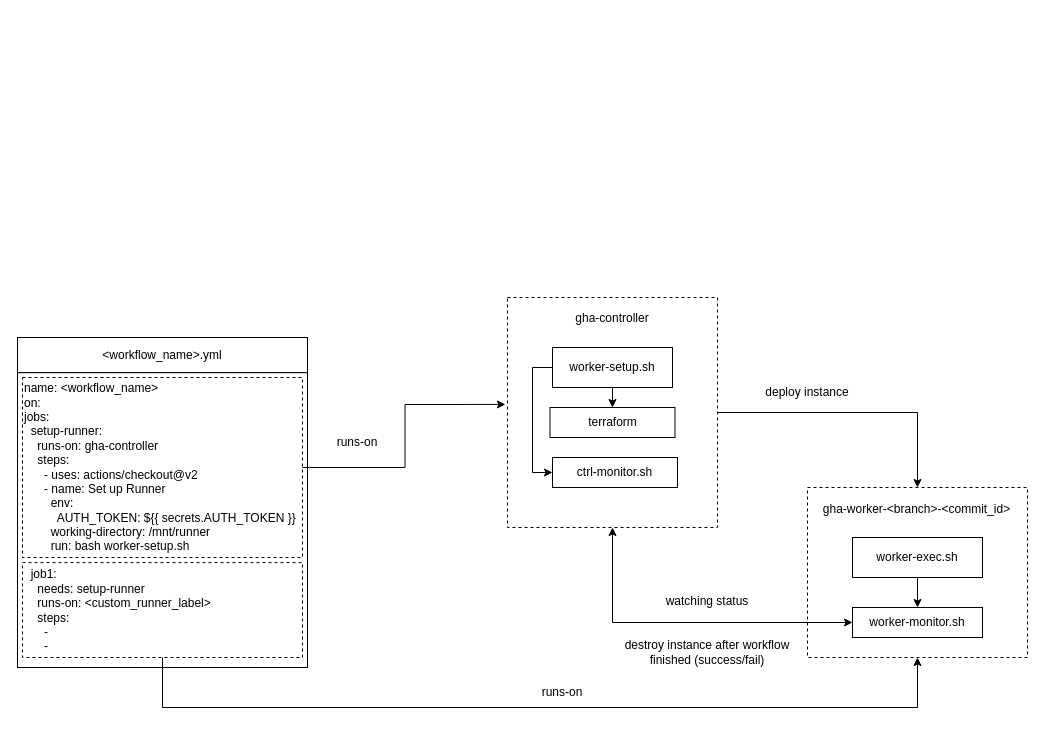
Earlier version of the draw.io diagram Dynamic Runner Github.drawio (atwatanmalikm/github-dynamic-runner). Source tidied: cells renumbered, new cells numbered last; positions are measured from the earlier drawing's top-left corner, leaving out a move shared by most shapes. Both pictures are drawn from the tidied source at 100%, with x=0, y=0 at pixel (17, 297).
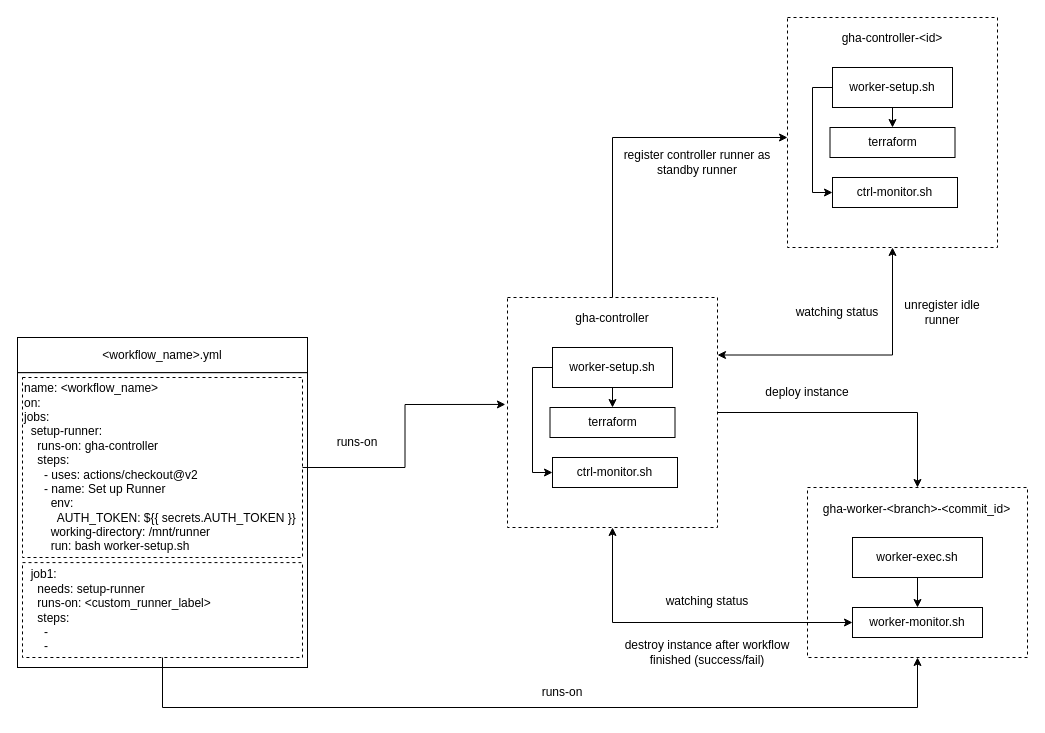
After the change.

The change refers to these unchanged cells:
```xml
<mxCell id="22" style="rounded=0;whiteSpace=wrap;html=1;dashed=1;" parent="1" vertex="1">
  <mxGeometry x="490" width="210" height="230" as="geometry" />
</mxCell>
```

Diff of the diagram source:
```diff
@@
+    <mxCell id="29" style="edgeStyle=orthogonalEdgeStyle;rounded=0;jettySize=auto;html=1;exitX=0.5;exitY=0;exitDx=0;exitDy=0;" parent="1" edge="1" source="22" target="31">
+      <mxGeometry relative="1" as="geometry">
+        <Array as="points">
+          <mxPoint x="595" y="-160" />
+        </Array>
+      </mxGeometry>
+    </mxCell>
@@
+    <mxCell id="30" style="group;" parent="1" vertex="1">
+      <mxGeometry x="770" y="-280" width="210" height="230" as="geometry" />
+    </mxCell>
+    <mxCell id="31" style="rounded=0;whiteSpace=wrap;html=1;dashed=1;" parent="30" vertex="1">
+      <mxGeometry width="210" height="230" as="geometry" />
+    </mxCell>
+    <mxCell id="32" value="gha-controller-&amp;lt;id&amp;gt;" style="text;html=1;strokeColor=none;fillColor=none;align=center;verticalAlign=middle;whiteSpace=wrap;rounded=0;dashed=1;" parent="30" vertex="1">
+      <mxGeometry x="4.2" y="8.5" width="201.6" height="25.5" as="geometry" />
+    </mxCell>
+    <mxCell id="33" value="ctrl-monitor.sh" style="rounded=0;whiteSpace=wrap;html=1;" parent="30" vertex="1">
+      <mxGeometry x="45" y="160" width="125" height="30" as="geometry" />
+    </mxCell>
+    <mxCell id="34" style="edgeStyle=orthogonalEdgeStyle;rounded=0;jettySize=auto;html=1;exitX=0;exitY=0.5;exitDx=0;exitDy=0;entryX=0;entryY=0.5;entryDx=0;entryDy=0;" parent="30" edge="1" source="35" target="33">
+      <mxGeometry relative="1" as="geometry" />
+    </mxCell>
+    <mxCell id="35" value="worker-setup.sh" style="rounded=0;whiteSpace=wrap;html=1;" parent="30" vertex="1">
+      <mxGeometry x="45" y="50" width="120" height="40" as="geometry" />
+    </mxCell>
+    <mxCell id="36" value="terraform" style="rounded=0;whiteSpace=wrap;html=1;" parent="30" vertex="1">
+      <mxGeometry x="42.5" y="110" width="125" height="30" as="geometry" />
+    </mxCell>
+    <mxCell id="37" style="edgeStyle=orthogonalEdgeStyle;rounded=0;jettySize=auto;html=1;exitX=0.5;exitY=1;exitDx=0;exitDy=0;entryX=0.5;entryY=0;entryDx=0;entryDy=0;" parent="30" edge="1" source="35" target="36">
+      <mxGeometry relative="1" as="geometry" />
+    </mxCell>
+    <mxCell id="38" value="register controller runner as standby runner" style="text;html=1;strokeColor=none;fillColor=none;align=center;verticalAlign=middle;whiteSpace=wrap;rounded=0;dashed=1;" parent="1" vertex="1">
+      <mxGeometry x="605" y="-150" width="150" height="30" as="geometry" />
+    </mxCell>
+    <mxCell id="39" style="edgeStyle=orthogonalEdgeStyle;rounded=0;jettySize=auto;html=1;exitX=0.5;exitY=1;exitDx=0;exitDy=0;entryX=1;entryY=0.25;entryDx=0;entryDy=0;startArrow=classic;startFill=1;" parent="1" edge="1" source="31" target="22">
+      <mxGeometry relative="1" as="geometry" />
+    </mxCell>
+    <mxCell id="40" value="watching status" style="text;html=1;strokeColor=none;fillColor=none;align=center;verticalAlign=middle;whiteSpace=wrap;rounded=0;dashed=1;" parent="1" vertex="1">
+      <mxGeometry x="770" width="100" height="30" as="geometry" />
+    </mxCell>
+    <mxCell id="41" value="unregister idle runner" style="text;html=1;strokeColor=none;fillColor=none;align=center;verticalAlign=middle;whiteSpace=wrap;rounded=0;dashed=1;" parent="1" vertex="1">
+      <mxGeometry x="880" width="90" height="30" as="geometry" />
+    </mxCell>
```
